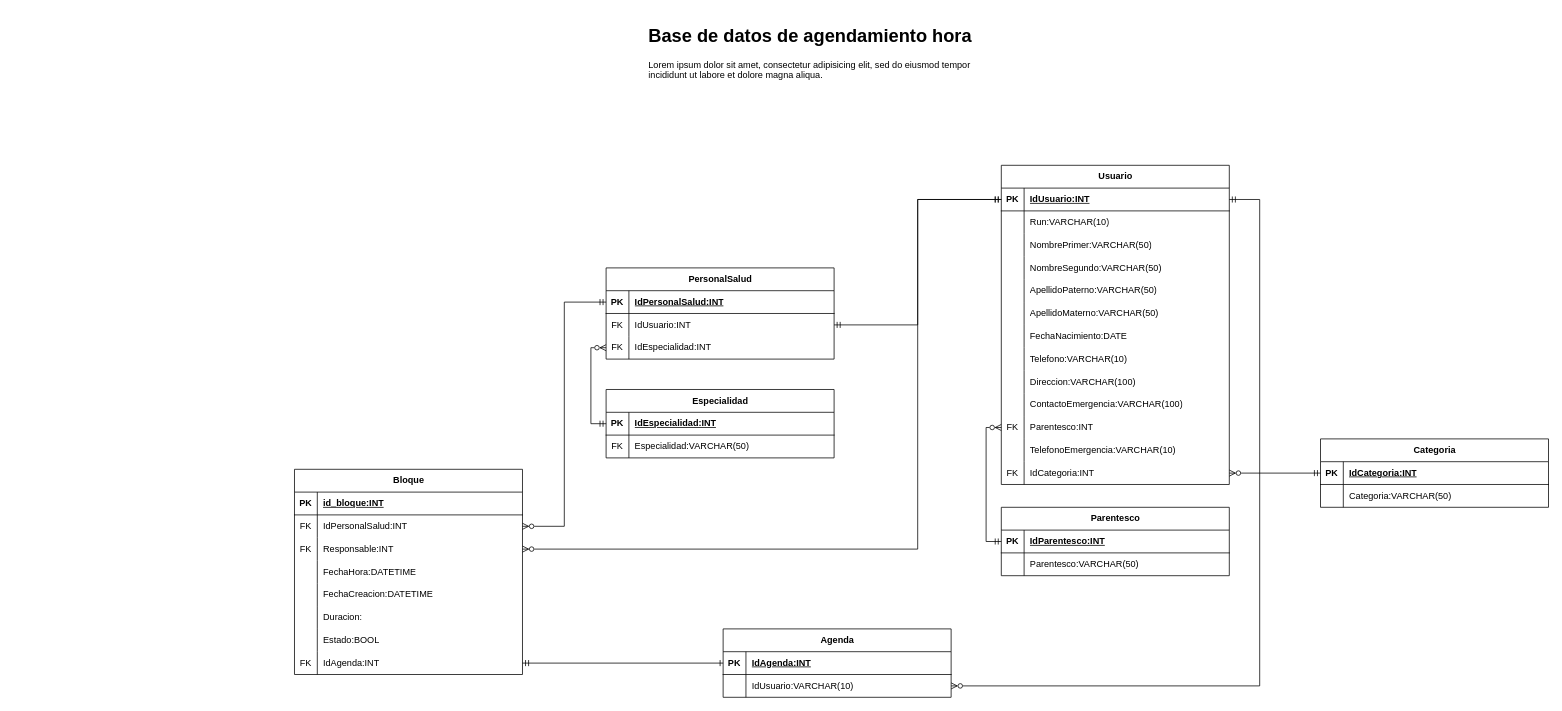
JonaNomas/his-diagram keeps this draw.io diagram as DiagramaDB.drawio. Above is the earlier version. Source tidied: cells renumbered, new cells numbered last; positions are measured from the earlier drawing's top-left corner, leaving out a move shared by most shapes. Both pictures are drawn from the tidied source at 76%, with x=0, y=0 at pixel (294, 21).
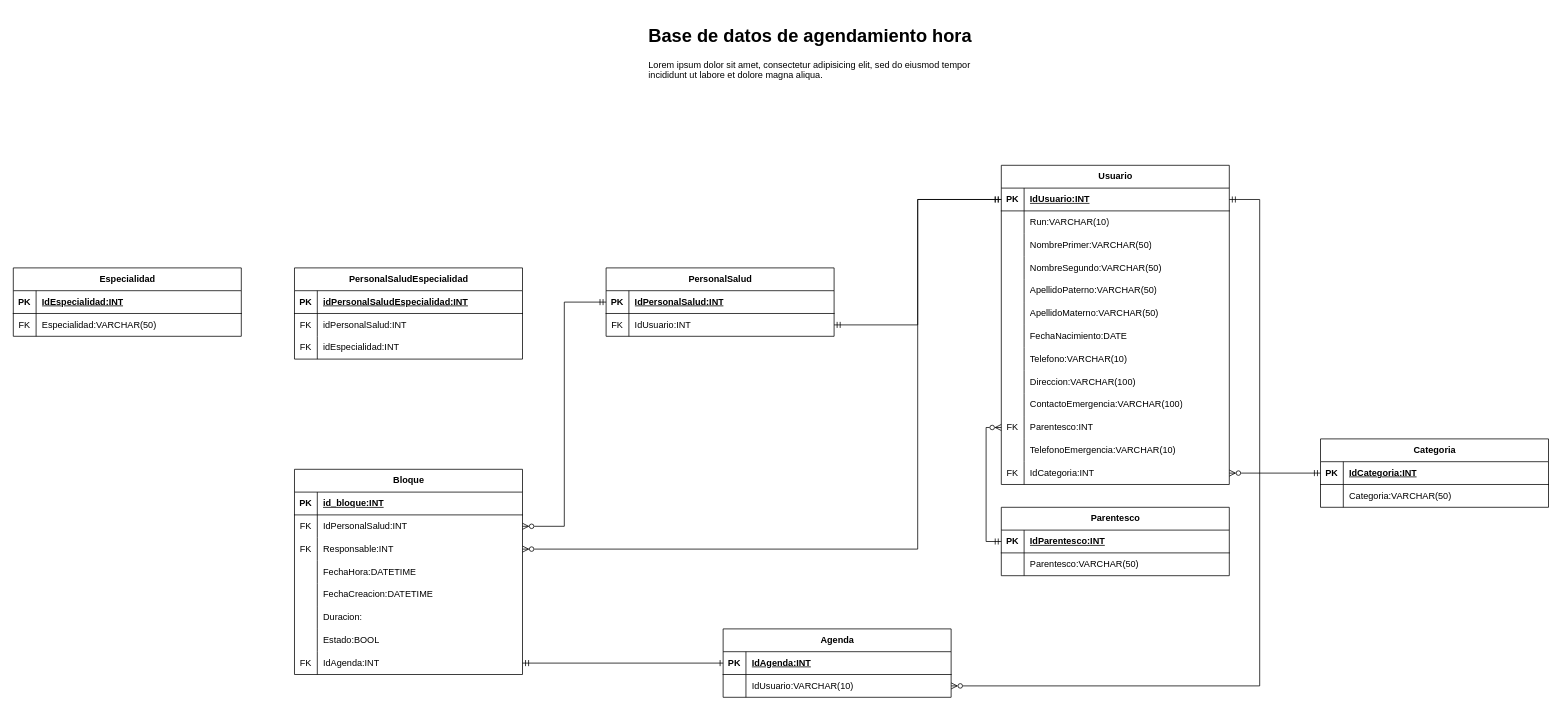
The same diagram, later.

Commit message:
Creando multiples especialidades para los medicos

Unchanged cells that the change refers to:
```xml
<mxCell id="86" style="shape=tableRow;horizontal=0;startSize=0;swimlaneHead=0;swimlaneBody=0;fillColor=none;points=[[0,0.5],[1,0.5]];portConstraint=eastwest;top=0;left=0;right=0;bottom=1;" parent="85" vertex="1">
  <mxGeometry y="30" width="300" height="30" as="geometry" />
</mxCell>
```

Diff of the diagram source:
```diff
@@
     <mxCell id="75" value="PersonalSalud" style="shape=table;startSize=30;childLayout=tableLayout;rowLines=0;fontStyle=1;align=center;html=1;" parent="1" vertex="1">
-      <mxGeometry x="410" y="325" width="300" height="120" as="geometry" />
+      <mxGeometry x="410" y="325" width="300" height="90" as="geometry" />
     </mxCell>
@@
-    <mxCell id="82" style="shape=tableRow;horizontal=0;startSize=0;swimlaneHead=0;swimlaneBody=0;fillColor=none;points=[[0,0.5],[1,0.5]];portConstraint=eastwest;top=0;left=0;right=0;bottom=0;" parent="75" vertex="1">
-      <mxGeometry y="90" width="300" height="30" as="geometry" />
-    </mxCell>
-    <mxCell id="83" value="FK" style="shape=partialRectangle;fillColor=none;top=0;left=0;bottom=0;right=0;overflow=hidden;whiteSpace=wrap;html=1;" parent="82" vertex="1">
-      <mxGeometry width="30" height="30" as="geometry" />
-    </mxCell>
-    <mxCell id="84" value="IdEspecialidad:INT" style="shape=partialRectangle;fillColor=none;top=0;left=0;bottom=0;right=0;align=left;spacingLeft=6;overflow=hidden;whiteSpace=wrap;html=1;" parent="82" vertex="1">
-      <mxGeometry x="30" width="270" height="30" as="geometry" />
-    </mxCell>
     <mxCell id="85" value="Especialidad" style="shape=table;startSize=30;childLayout=tableLayout;rowLines=0;fontStyle=1;align=center;html=1;" parent="1" vertex="1">
-      <mxGeometry x="410" y="485" width="300" height="90" as="geometry" />
+      <mxGeometry x="-370" y="325" width="300" height="90" as="geometry" />
     </mxCell>
@@
-    <mxCell id="93" style="edgeStyle=orthogonalEdgeStyle;rounded=0;jettySize=auto;html=1;exitX=0;exitY=0.5;exitDx=0;exitDy=0;entryX=0;entryY=0.5;entryDx=0;entryDy=0;endArrow=ERmandOne;endFill=0;startArrow=ERzeroToMany;startFill=0;" parent="1" edge="1" source="82" target="86">
-      <mxGeometry relative="1" as="geometry" />
-    </mxCell>
@@
+    <mxCell id="114" value="PersonalSaludEspecialidad" style="shape=table;startSize=30;childLayout=tableLayout;rowLines=0;fontStyle=1;align=center;html=1;" parent="1" vertex="1">
+      <mxGeometry y="325" width="300" height="120" as="geometry" />
+    </mxCell>
+    <mxCell id="115" style="shape=tableRow;horizontal=0;startSize=0;swimlaneHead=0;swimlaneBody=0;fillColor=none;top=0;left=0;right=0;bottom=1;" parent="114" vertex="1">
+      <mxGeometry y="30" width="300" height="30" as="geometry" />
+    </mxCell>
+    <mxCell id="116" value="PK" style="shape=partialRectangle;fillColor=none;top=0;left=0;bottom=0;right=0;fontStyle=1;overflow=hidden;whiteSpace=wrap;html=1;" parent="115" vertex="1">
+      <mxGeometry width="30" height="30" as="geometry" />
+    </mxCell>
+    <mxCell id="117" value="idPersonalSaludEspecialidad:INT" style="shape=partialRectangle;fillColor=none;top=0;left=0;bottom=0;right=0;align=left;spacingLeft=6;fontStyle=5;overflow=hidden;whiteSpace=wrap;html=1;" parent="115" vertex="1">
+      <mxGeometry x="30" width="270" height="30" as="geometry" />
+    </mxCell>
+    <mxCell id="118" style="shape=tableRow;horizontal=0;startSize=0;swimlaneHead=0;swimlaneBody=0;fillColor=none;top=0;left=0;right=0;bottom=0;" parent="114" vertex="1">
+      <mxGeometry y="60" width="300" height="30" as="geometry" />
+    </mxCell>
+    <mxCell id="119" value="FK" style="shape=partialRectangle;fillColor=none;top=0;left=0;bottom=0;right=0;overflow=hidden;whiteSpace=wrap;html=1;" parent="118" vertex="1">
+      <mxGeometry width="30" height="30" as="geometry" />
+    </mxCell>
+    <mxCell id="120" value="idPersonalSalud:INT" style="shape=partialRectangle;fillColor=none;top=0;left=0;bottom=0;right=0;align=left;spacingLeft=6;overflow=hidden;whiteSpace=wrap;html=1;" parent="118" vertex="1">
+      <mxGeometry x="30" width="270" height="30" as="geometry" />
+    </mxCell>
+    <mxCell id="82" style="shape=tableRow;horizontal=0;startSize=0;swimlaneHead=0;swimlaneBody=0;fillColor=none;points=[[0,0.5],[1,0.5]];portConstraint=eastwest;top=0;left=0;right=0;bottom=0;" parent="114" vertex="1">
+      <mxGeometry y="90" width="300" height="30" as="geometry" />
+    </mxCell>
+    <mxCell id="121" value="FK" style="shape=partialRectangle;fillColor=none;top=0;left=0;bottom=0;right=0;overflow=hidden;whiteSpace=wrap;html=1;" parent="82" vertex="1">
+      <mxGeometry width="30" height="30" as="geometry" />
+    </mxCell>
+    <mxCell id="122" value="idEspecialidad:INT" style="shape=partialRectangle;fillColor=none;top=0;left=0;bottom=0;right=0;align=left;spacingLeft=6;overflow=hidden;whiteSpace=wrap;html=1;" parent="82" vertex="1">
+      <mxGeometry x="30" width="270" height="30" as="geometry" />
+    </mxCell>
```
